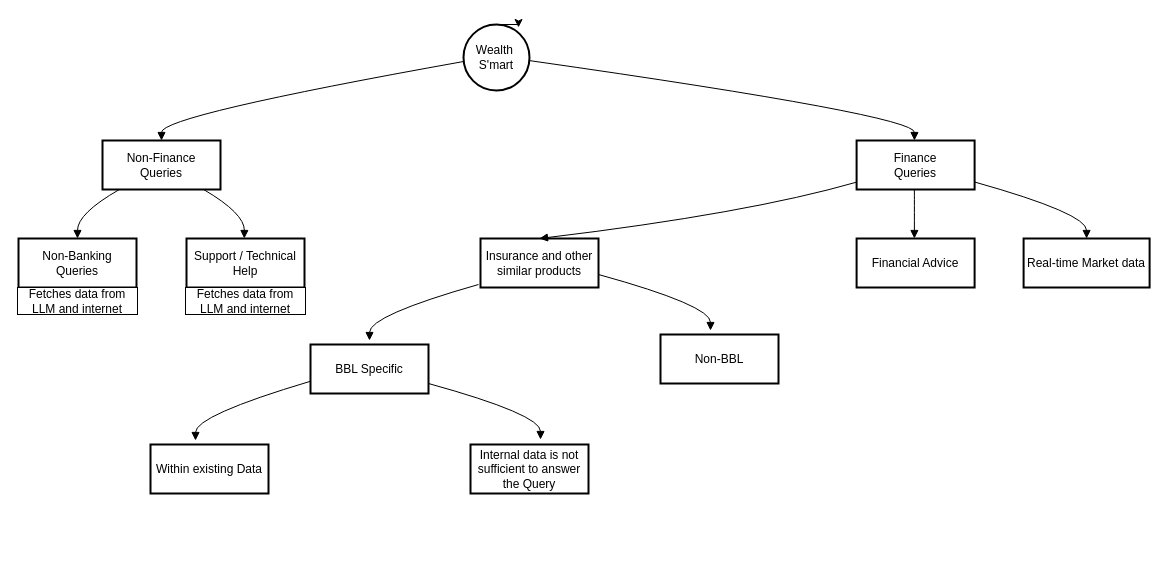
dedmari/FoodMingle keeps this draw.io diagram as Untitled Diagram.drawio. Above is the earlier version. Source tidied: cells renumbered, new cells numbered last; positions are measured from the earlier drawing's top-left corner, leaving out a move shared by most shapes. Both pictures are drawn from the tidied source at 100%, with x=0, y=0 at pixel (17, 24).
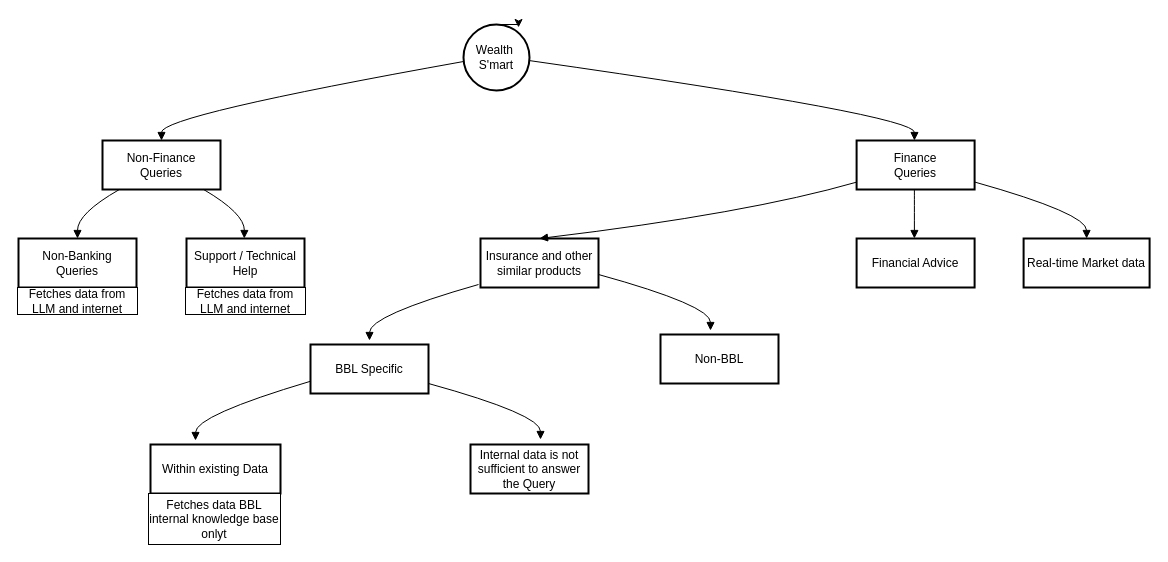
After the change.

Diff of the diagram source:
```diff
@@
     <mxCell id="22" value="Within existing Data" style="whiteSpace=wrap;strokeWidth=2;" parent="1" vertex="1">
-      <mxGeometry x="133" y="420" width="118" height="49" as="geometry" />
+      <mxGeometry x="133" y="420" width="130" height="49" as="geometry" />
     </mxCell>
@@
+    <mxCell id="28" value="Fetches data BBL internal knowledge base onlyt" style="rounded=0;whiteSpace=wrap;html=1;" parent="1" vertex="1">
+      <mxGeometry x="131" y="469" width="132" height="51" as="geometry" />
+    </mxCell>
```
